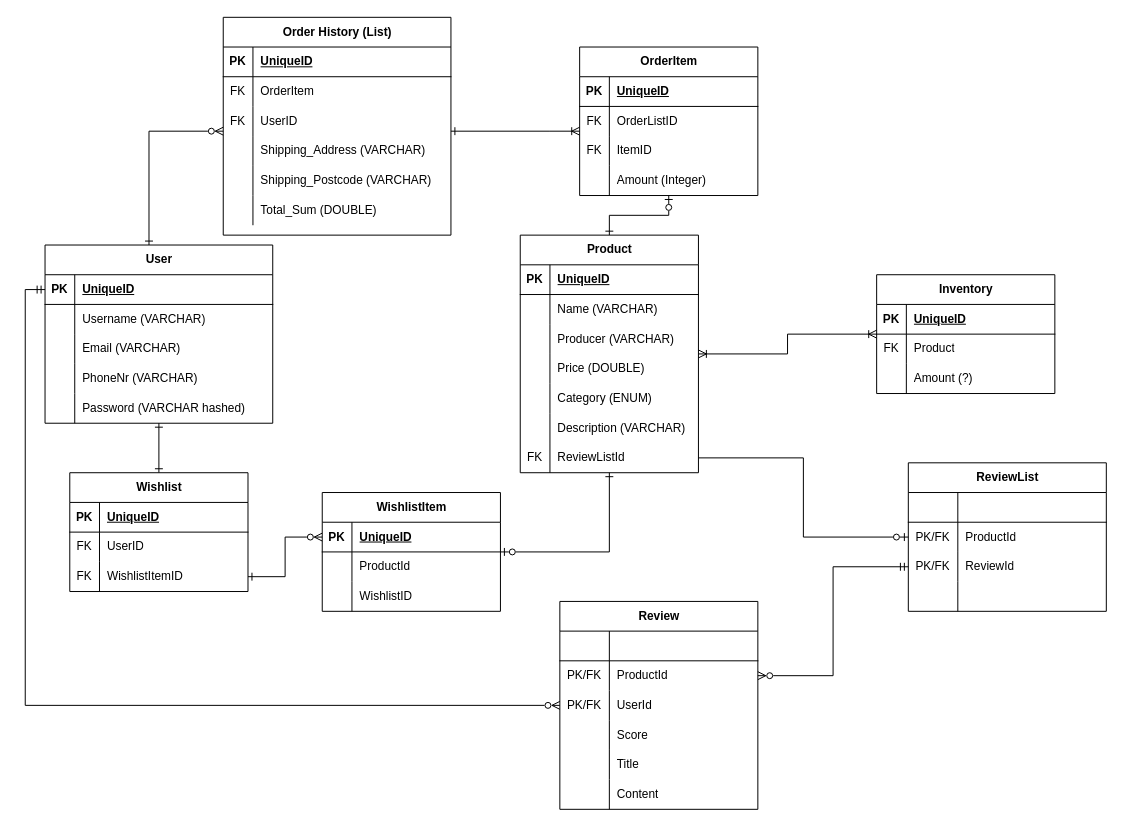
Before: Documentation/ER diagram.drawio in TheGrevling/Project-Marketplace-Backend, a draw.io diagram. Source tidied: cells renumbered, new cells numbered last; positions are measured from the earlier drawing's top-left corner, leaving out a move shared by most shapes. Both pictures are drawn from the tidied source at 99%, with x=0, y=0 at pixel (45, 17).
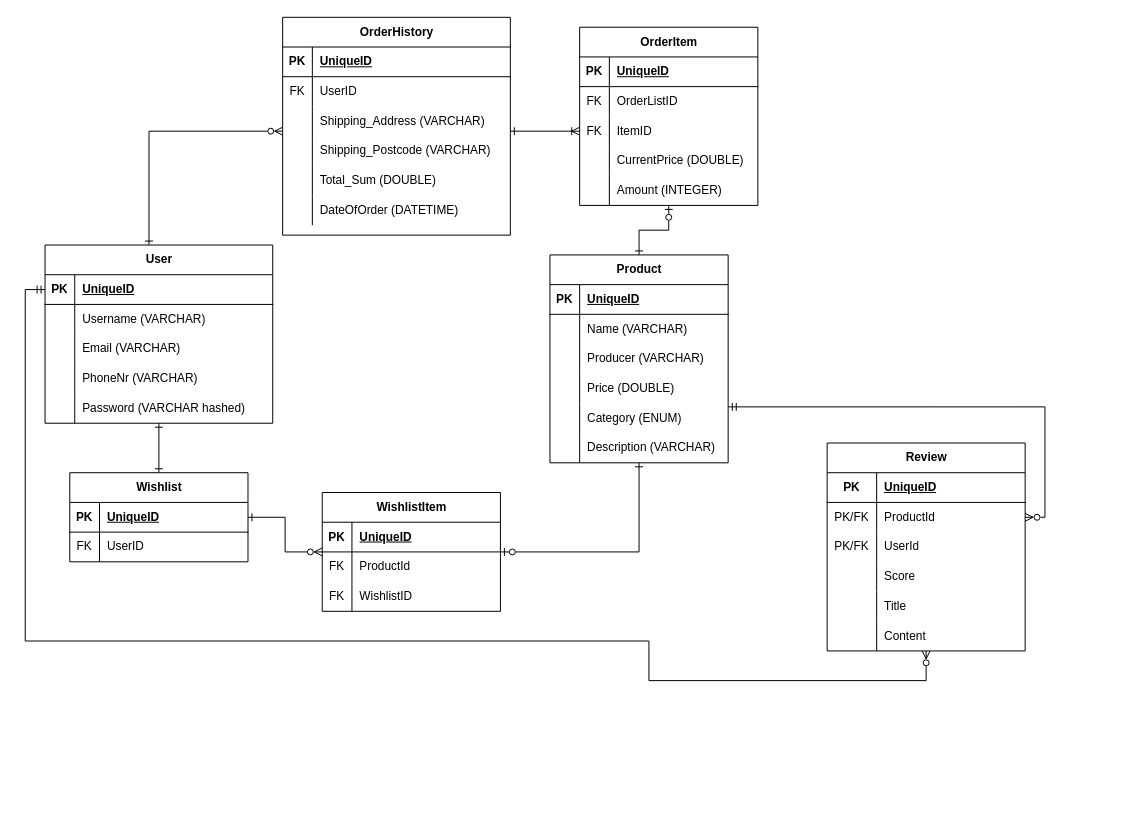
The same page after the edit.

Unchanged cells that the change refers to:
```xml
<mxCell id="5" style="shape=tableRow;horizontal=0;startSize=0;swimlaneHead=0;swimlaneBody=0;fillColor=none;points=[[0,0.5],[1,0.5]];portConstraint=eastwest;top=0;left=0;right=0;bottom=1;" parent="4" vertex="1">
  <mxGeometry y="30" width="230" height="30" as="geometry" />
</mxCell>
<mxCell id="54" style="shape=tableRow;horizontal=0;startSize=0;swimlaneHead=0;swimlaneBody=0;fillColor=none;points=[[0,0.5],[1,0.5]];portConstraint=eastwest;top=0;left=0;right=0;bottom=0;" parent="41" vertex="1">
  <mxGeometry y="150" width="180" height="30" as="geometry" />
</mxCell>
<mxCell id="86" value="WishlistItem" style="shape=table;startSize=30;childLayout=tableLayout;rowLines=0;fontStyle=1;align=center;html=1;" parent="1" vertex="1">
  <mxGeometry x="280" y="480" width="180" height="120" as="geometry" />
</mxCell>
<mxCell id="87" style="shape=tableRow;horizontal=0;startSize=0;swimlaneHead=0;swimlaneBody=0;fillColor=none;points=[[0,0.5],[1,0.5]];portConstraint=eastwest;top=0;left=0;right=0;bottom=1;" parent="86" vertex="1">
  <mxGeometry y="30" width="180" height="30" as="geometry" />
</mxCell>
<mxCell id="90" style="shape=tableRow;horizontal=0;startSize=0;swimlaneHead=0;swimlaneBody=0;fillColor=none;top=0;left=0;right=0;bottom=0;" parent="86" vertex="1">
  <mxGeometry y="60" width="180" height="30" as="geometry" />
</mxCell>
<mxCell id="93" style="shape=tableRow;horizontal=0;startSize=0;swimlaneHead=0;swimlaneBody=0;fillColor=none;top=0;left=0;right=0;bottom=0;" parent="86" vertex="1">
  <mxGeometry y="90" width="180" height="30" as="geometry" />
</mxCell>
<mxCell id="106" style="shape=tableRow;horizontal=0;startSize=0;swimlaneHead=0;swimlaneBody=0;fillColor=none;top=0;left=0;right=0;bottom=0;" parent="96" vertex="1">
  <mxGeometry y="120" width="180" height="30" as="geometry" />
</mxCell>
<mxCell id="124" style="shape=tableRow;horizontal=0;startSize=0;swimlaneHead=0;swimlaneBody=0;fillColor=none;top=0;left=0;right=0;bottom=1;" parent="123" vertex="1">
  <mxGeometry y="30" width="200" height="30" as="geometry" />
</mxCell>
<mxCell id="127" style="shape=tableRow;horizontal=0;startSize=0;swimlaneHead=0;swimlaneBody=0;fillColor=none;points=[[0,0.5],[1,0.5]];portConstraint=eastwest;top=0;left=0;right=0;bottom=0;" parent="123" vertex="1">
  <mxGeometry y="60" width="200" height="30" as="geometry" />
</mxCell>
<mxCell id="130" style="shape=tableRow;horizontal=0;startSize=0;swimlaneHead=0;swimlaneBody=0;fillColor=none;points=[[0,0.5],[1,0.5]];portConstraint=eastwest;top=0;left=0;right=0;bottom=0;" parent="123" vertex="1">
  <mxGeometry y="90" width="200" height="30" as="geometry" />
</mxCell>
<mxCell id="139" style="shape=tableRow;horizontal=0;startSize=0;swimlaneHead=0;swimlaneBody=0;fillColor=none;points=[[0,0.5],[1,0.5]];portConstraint=eastwest;top=0;left=0;right=0;bottom=0;" parent="123" vertex="1">
  <mxGeometry y="180" width="200" height="30" as="geometry" />
</mxCell>
```

The edit, as a diff of the source:
```diff
@@
-    <mxCell id="21" value="Order History (List)" style="shape=table;startSize=30;childLayout=tableLayout;rowLines=0;fontStyle=1;align=center;html=1;" parent="1" vertex="1">
-      <mxGeometry x="180" width="230" height="220" as="geometry" />
+    <mxCell id="21" value="OrderHistory" style="shape=table;startSize=30;childLayout=tableLayout;rowLines=0;fontStyle=1;align=center;html=1;" parent="1" vertex="1">
+      <mxGeometry x="240" width="230" height="220" as="geometry" />
     </mxCell>
@@
-    <mxCell id="25" style="shape=tableRow;horizontal=0;startSize=0;swimlaneHead=0;swimlaneBody=0;fillColor=none;top=0;left=0;right=0;bottom=0;" parent="21" vertex="1">
-      <mxGeometry y="60" width="230" height="30" as="geometry" />
-    </mxCell>
-    <mxCell id="26" value="FK" style="shape=partialRectangle;fillColor=none;top=0;left=0;bottom=0;right=0;overflow=hidden;whiteSpace=wrap;html=1;" parent="25" vertex="1">
-      <mxGeometry width="30" height="30" as="geometry" />
-    </mxCell>
-    <mxCell id="27" value="OrderItem" style="shape=partialRectangle;fillColor=none;top=0;left=0;bottom=0;right=0;align=left;spacingLeft=6;overflow=hidden;whiteSpace=wrap;html=1;" parent="25" vertex="1">
-      <mxGeometry x="30" width="200" height="30" as="geometry" />
-    </mxCell>
     <mxCell id="28" style="shape=tableRow;horizontal=0;startSize=0;swimlaneHead=0;swimlaneBody=0;fillColor=none;top=0;left=0;right=0;bottom=0;" parent="21" vertex="1">
-      <mxGeometry y="90" width="230" height="30" as="geometry" />
+      <mxGeometry y="60" width="230" height="30" as="geometry" />
     </mxCell>
@@
     <mxCell id="31" style="shape=tableRow;horizontal=0;startSize=0;swimlaneHead=0;swimlaneBody=0;fillColor=none;top=0;left=0;right=0;bottom=0;" parent="21" vertex="1">
-      <mxGeometry y="120" width="230" height="30" as="geometry" />
+      <mxGeometry y="90" width="230" height="30" as="geometry" />
     </mxCell>
@@
     <mxCell id="34" style="shape=tableRow;horizontal=0;startSize=0;swimlaneHead=0;swimlaneBody=0;fillColor=none;top=0;left=0;right=0;bottom=0;" parent="21" vertex="1">
-      <mxGeometry y="150" width="230" height="30" as="geometry" />
+      <mxGeometry y="120" width="230" height="30" as="geometry" />
     </mxCell>
@@
     <mxCell id="37" style="shape=tableRow;horizontal=0;startSize=0;swimlaneHead=0;swimlaneBody=0;fillColor=none;top=0;left=0;right=0;bottom=0;" parent="21" vertex="1">
-      <mxGeometry y="180" width="230" height="30" as="geometry" />
+      <mxGeometry y="150" width="230" height="30" as="geometry" />
     </mxCell>
@@
+    <mxCell id="144" style="shape=tableRow;horizontal=0;startSize=0;swimlaneHead=0;swimlaneBody=0;fillColor=none;top=0;left=0;right=0;bottom=0;" parent="21" vertex="1">
+      <mxGeometry y="180" width="230" height="30" as="geometry" />
+    </mxCell>
+    <mxCell id="145" style="shape=partialRectangle;fillColor=none;top=0;left=0;bottom=0;right=0;overflow=hidden;whiteSpace=wrap;html=1;" parent="144" vertex="1">
+      <mxGeometry width="30" height="30" as="geometry" />
+    </mxCell>
+    <mxCell id="146" value="DateOfOrder (DATETIME)" style="shape=partialRectangle;fillColor=none;top=0;left=0;bottom=0;right=0;align=left;spacingLeft=6;overflow=hidden;whiteSpace=wrap;html=1;" parent="144" vertex="1">
+      <mxGeometry x="30" width="200" height="30" as="geometry" />
+    </mxCell>
@@
     <mxCell id="41" value="Product" style="shape=table;startSize=30;childLayout=tableLayout;rowLines=0;fontStyle=1;align=center;html=1;" parent="1" vertex="1">
-      <mxGeometry x="480" y="220" width="180" height="240" as="geometry" />
+      <mxGeometry x="510" y="240" width="180" height="210" as="geometry" />
     </mxCell>
@@
-    <mxCell id="60" style="shape=tableRow;horizontal=0;startSize=0;swimlaneHead=0;swimlaneBody=0;fillColor=none;points=[[0,0.5],[1,0.5]];portConstraint=eastwest;top=0;left=0;right=0;bottom=0;" parent="41" vertex="1">
-      <mxGeometry y="210" width="180" height="30" as="geometry" />
-    </mxCell>
-    <mxCell id="61" value="FK" style="shape=partialRectangle;fillColor=none;top=0;left=0;bottom=0;right=0;overflow=hidden;whiteSpace=wrap;html=1;" parent="60" vertex="1">
-      <mxGeometry width="30" height="30" as="geometry" />
-    </mxCell>
-    <mxCell id="62" value="ReviewListId" style="shape=partialRectangle;fillColor=none;top=0;left=0;bottom=0;right=0;align=left;spacingLeft=6;overflow=hidden;whiteSpace=wrap;html=1;" parent="60" vertex="1">
-      <mxGeometry x="30" width="150" height="30" as="geometry" />
-    </mxCell>
-    <mxCell id="63" style="edgeStyle=orthogonalEdgeStyle;rounded=0;jettySize=auto;html=1;startArrow=ERoneToMany;startFill=0;endArrow=ERoneToMany;endFill=0;" parent="1" edge="1" source="64" target="41">
-      <mxGeometry relative="1" as="geometry" />
-    </mxCell>
-    <mxCell id="64" value="Inventory" style="shape=table;startSize=30;childLayout=tableLayout;rowLines=0;fontStyle=1;align=center;html=1;" parent="1" vertex="1">
-      <mxGeometry x="840" y="260" width="180" height="120" as="geometry" />
-    </mxCell>
-    <mxCell id="65" style="shape=tableRow;horizontal=0;startSize=0;swimlaneHead=0;swimlaneBody=0;fillColor=none;top=0;left=0;right=0;bottom=1;" parent="64" vertex="1">
-      <mxGeometry y="30" width="180" height="30" as="geometry" />
-    </mxCell>
-    <mxCell id="66" value="PK" style="shape=partialRectangle;fillColor=none;top=0;left=0;bottom=0;right=0;fontStyle=1;overflow=hidden;whiteSpace=wrap;html=1;" parent="65" vertex="1">
-      <mxGeometry width="30" height="30" as="geometry" />
-    </mxCell>
-    <mxCell id="67" value="UniqueID" style="shape=partialRectangle;fillColor=none;top=0;left=0;bottom=0;right=0;align=left;spacingLeft=6;fontStyle=5;overflow=hidden;whiteSpace=wrap;html=1;" parent="65" vertex="1">
-      <mxGeometry x="30" width="150" height="30" as="geometry" />
-    </mxCell>
-    <mxCell id="68" style="shape=tableRow;horizontal=0;startSize=0;swimlaneHead=0;swimlaneBody=0;fillColor=none;top=0;left=0;right=0;bottom=0;" parent="64" vertex="1">
-      <mxGeometry y="60" width="180" height="30" as="geometry" />
-    </mxCell>
-    <mxCell id="69" value="FK" style="shape=partialRectangle;fillColor=none;top=0;left=0;bottom=0;right=0;overflow=hidden;whiteSpace=wrap;html=1;" parent="68" vertex="1">
-      <mxGeometry width="30" height="30" as="geometry" />
-    </mxCell>
-    <mxCell id="70" value="Product" style="shape=partialRectangle;fillColor=none;top=0;left=0;bottom=0;right=0;align=left;spacingLeft=6;overflow=hidden;whiteSpace=wrap;html=1;" parent="68" vertex="1">
-      <mxGeometry x="30" width="150" height="30" as="geometry" />
-    </mxCell>
-    <mxCell id="71" style="shape=tableRow;horizontal=0;startSize=0;swimlaneHead=0;swimlaneBody=0;fillColor=none;top=0;left=0;right=0;bottom=0;" parent="64" vertex="1">
-      <mxGeometry y="90" width="180" height="30" as="geometry" />
-    </mxCell>
-    <mxCell id="72" style="shape=partialRectangle;fillColor=none;top=0;left=0;bottom=0;right=0;overflow=hidden;whiteSpace=wrap;html=1;" parent="71" vertex="1">
-      <mxGeometry width="30" height="30" as="geometry" />
-    </mxCell>
-    <mxCell id="73" value="Amount (?)" style="shape=partialRectangle;fillColor=none;top=0;left=0;bottom=0;right=0;align=left;spacingLeft=6;overflow=hidden;whiteSpace=wrap;html=1;" parent="71" vertex="1">
-      <mxGeometry x="30" width="150" height="30" as="geometry" />
-    </mxCell>
-    <mxCell id="74" style="edgeStyle=orthogonalEdgeStyle;rounded=0;jettySize=auto;html=1;startArrow=ERone;startFill=0;endArrow=ERzeroToMany;endFill=0;entryX=0;entryY=0.5;entryDx=0;entryDy=0;exitX=1;exitY=0.5;exitDx=0;exitDy=0;" parent="1" edge="1" source="82" target="87">
+    <mxCell id="74" style="edgeStyle=orthogonalEdgeStyle;rounded=0;jettySize=auto;html=1;startArrow=ERone;startFill=0;endArrow=ERzeroToMany;endFill=0;entryX=0;entryY=0.5;entryDx=0;entryDy=0;exitX=1;exitY=0.5;exitDx=0;exitDy=0;" parent="1" edge="1" target="87">
       <mxGeometry relative="1" as="geometry" />
     </mxCell>
+    <mxCell id="147" style="edgeStyle=orthogonalEdgeStyle;rounded=0;jettySize=auto;html=1;startArrow=ERone;startFill=0;endArrow=ERzeroToMany;endFill=0;" parent="1" edge="1" source="75" target="86">
+      <mxGeometry relative="1" as="geometry" />
+    </mxCell>
     <mxCell id="75" value="Wishlist" style="shape=table;startSize=30;childLayout=tableLayout;rowLines=0;fontStyle=1;align=center;html=1;" parent="1" vertex="1">
-      <mxGeometry x="25" y="460" width="180" height="120" as="geometry" />
+      <mxGeometry x="25" y="460" width="180" height="90" as="geometry" />
     </mxCell>
@@
-    <mxCell id="82" style="shape=tableRow;horizontal=0;startSize=0;swimlaneHead=0;swimlaneBody=0;fillColor=none;points=[[0,0.5],[1,0.5]];portConstraint=eastwest;top=0;left=0;right=0;bottom=0;" parent="75" vertex="1">
-      <mxGeometry y="90" width="180" height="30" as="geometry" />
-    </mxCell>
-    <mxCell id="83" value="FK" style="shape=partialRectangle;fillColor=none;top=0;left=0;bottom=0;right=0;overflow=hidden;whiteSpace=wrap;html=1;" parent="82" vertex="1">
-      <mxGeometry width="30" height="30" as="geometry" />
-    </mxCell>
-    <mxCell id="84" value="WishlistItemID" style="shape=partialRectangle;fillColor=none;top=0;left=0;bottom=0;right=0;align=left;spacingLeft=6;overflow=hidden;whiteSpace=wrap;html=1;" parent="82" vertex="1">
-      <mxGeometry x="30" width="150" height="30" as="geometry" />
-    </mxCell>
@@
-    <mxCell id="91" style="shape=partialRectangle;fillColor=none;top=0;left=0;bottom=0;right=0;overflow=hidden;whiteSpace=wrap;html=1;" parent="90" vertex="1">
+    <mxCell id="91" value="FK" style="shape=partialRectangle;fillColor=none;top=0;left=0;bottom=0;right=0;overflow=hidden;whiteSpace=wrap;html=1;" parent="90" vertex="1">
       <mxGeometry width="30" height="30" as="geometry" />
     </mxCell>
@@
-    <mxCell id="94" style="shape=partialRectangle;fillColor=none;top=0;left=0;bottom=0;right=0;overflow=hidden;whiteSpace=wrap;html=1;" parent="93" vertex="1">
+    <mxCell id="94" value="FK" style="shape=partialRectangle;fillColor=none;top=0;left=0;bottom=0;right=0;overflow=hidden;whiteSpace=wrap;html=1;" parent="93" vertex="1">
       <mxGeometry width="30" height="30" as="geometry" />
     </mxCell>
@@
     <mxCell id="96" value="OrderItem" style="shape=table;startSize=30;childLayout=tableLayout;rowLines=0;fontStyle=1;align=center;html=1;" parent="1" vertex="1">
-      <mxGeometry x="540" y="30" width="180" height="150" as="geometry" />
+      <mxGeometry x="540" y="10" width="180" height="180" as="geometry" />
     </mxCell>
@@
-    <mxCell id="108" value="Amount (Integer)" style="shape=partialRectangle;fillColor=none;top=0;left=0;bottom=0;right=0;align=left;spacingLeft=6;overflow=hidden;whiteSpace=wrap;html=1;" parent="106" vertex="1">
+    <mxCell id="108" value="CurrentPrice (DOUBLE)" style="shape=partialRectangle;fillColor=none;top=0;left=0;bottom=0;right=0;align=left;spacingLeft=6;overflow=hidden;whiteSpace=wrap;html=1;" parent="106" vertex="1">
       <mxGeometry x="30" width="150" height="30" as="geometry" />
     </mxCell>
-    <mxCell id="109" value="ReviewList" style="shape=table;startSize=30;childLayout=tableLayout;rowLines=0;fontStyle=1;align=center;html=1;" parent="1" vertex="1">
-      <mxGeometry x="872" y="450" width="200" height="150" as="geometry" />
-    </mxCell>
-    <mxCell id="110" style="shape=tableRow;horizontal=0;startSize=0;swimlaneHead=0;swimlaneBody=0;fillColor=none;top=0;left=0;right=0;bottom=1;" parent="109" vertex="1">
-      <mxGeometry y="30" width="200" height="30" as="geometry" />
-    </mxCell>
-    <mxCell id="111" style="shape=partialRectangle;fillColor=none;top=0;left=0;bottom=0;right=0;fontStyle=1;overflow=hidden;whiteSpace=wrap;html=1;" parent="110" vertex="1">
-      <mxGeometry width="50" height="30" as="geometry" />
-    </mxCell>
-    <mxCell id="112" style="shape=partialRectangle;fillColor=none;top=0;left=0;bottom=0;right=0;align=left;spacingLeft=6;fontStyle=5;overflow=hidden;whiteSpace=wrap;html=1;" parent="110" vertex="1">
-      <mxGeometry x="50" width="150" height="30" as="geometry" />
-    </mxCell>
-    <mxCell id="113" style="shape=tableRow;horizontal=0;startSize=0;swimlaneHead=0;swimlaneBody=0;fillColor=none;points=[[0,0.5],[1,0.5]];portConstraint=eastwest;top=0;left=0;right=0;bottom=0;" parent="109" vertex="1">
-      <mxGeometry y="60" width="200" height="30" as="geometry" />
-    </mxCell>
-    <mxCell id="114" value="PK/FK" style="shape=partialRectangle;fillColor=none;top=0;left=0;bottom=0;right=0;overflow=hidden;whiteSpace=wrap;html=1;" parent="113" vertex="1">
-      <mxGeometry width="50" height="30" as="geometry" />
-    </mxCell>
-    <mxCell id="115" value="ProductId" style="shape=partialRectangle;fillColor=none;top=0;left=0;bottom=0;right=0;align=left;spacingLeft=6;overflow=hidden;whiteSpace=wrap;html=1;" parent="113" vertex="1">
-      <mxGeometry x="50" width="150" height="30" as="geometry" />
-    </mxCell>
-    <mxCell id="116" style="shape=tableRow;horizontal=0;startSize=0;swimlaneHead=0;swimlaneBody=0;fillColor=none;points=[[0,0.5],[1,0.5]];portConstraint=eastwest;top=0;left=0;right=0;bottom=0;" parent="109" vertex="1">
-      <mxGeometry y="90" width="200" height="30" as="geometry" />
-    </mxCell>
-    <mxCell id="117" value="PK/FK" style="shape=partialRectangle;fillColor=none;top=0;left=0;bottom=0;right=0;overflow=hidden;whiteSpace=wrap;html=1;" parent="116" vertex="1">
-      <mxGeometry width="50" height="30" as="geometry" />
-    </mxCell>
-    <mxCell id="118" value="ReviewId" style="shape=partialRectangle;fillColor=none;top=0;left=0;bottom=0;right=0;align=left;spacingLeft=6;overflow=hidden;whiteSpace=wrap;html=1;" parent="116" vertex="1">
-      <mxGeometry x="50" width="150" height="30" as="geometry" />
-    </mxCell>
-    <mxCell id="119" style="shape=tableRow;horizontal=0;startSize=0;swimlaneHead=0;swimlaneBody=0;fillColor=none;top=0;left=0;right=0;bottom=0;" parent="109" vertex="1">
-      <mxGeometry y="120" width="200" height="30" as="geometry" />
-    </mxCell>
-    <mxCell id="120" style="shape=partialRectangle;fillColor=none;top=0;left=0;bottom=0;right=0;overflow=hidden;whiteSpace=wrap;html=1;" parent="119" vertex="1">
-      <mxGeometry width="50" height="30" as="geometry" />
-    </mxCell>
-    <mxCell id="121" style="shape=partialRectangle;fillColor=none;top=0;left=0;bottom=0;right=0;align=left;spacingLeft=6;overflow=hidden;whiteSpace=wrap;html=1;" parent="119" vertex="1">
-      <mxGeometry x="50" width="150" height="30" as="geometry" />
-    </mxCell>
-    <mxCell id="122" style="edgeStyle=orthogonalEdgeStyle;rounded=0;jettySize=auto;html=1;entryX=0;entryY=0.5;entryDx=0;entryDy=0;endArrow=ERzeroToOne;endFill=0;" parent="1" edge="1" source="60" target="113">
-      <mxGeometry relative="1" as="geometry" />
-    </mxCell>
+    <mxCell id="148" style="shape=tableRow;horizontal=0;startSize=0;swimlaneHead=0;swimlaneBody=0;fillColor=none;top=0;left=0;right=0;bottom=0;" parent="96" vertex="1">
+      <mxGeometry y="150" width="180" height="30" as="geometry" />
+    </mxCell>
+    <mxCell id="149" style="shape=partialRectangle;fillColor=none;top=0;left=0;bottom=0;right=0;overflow=hidden;whiteSpace=wrap;html=1;" parent="148" vertex="1">
+      <mxGeometry width="30" height="30" as="geometry" />
+    </mxCell>
+    <mxCell id="150" value="Amount (INTEGER)" style="shape=partialRectangle;fillColor=none;top=0;left=0;bottom=0;right=0;align=left;spacingLeft=6;overflow=hidden;whiteSpace=wrap;html=1;" parent="148" vertex="1">
+      <mxGeometry x="30" width="150" height="30" as="geometry" />
+    </mxCell>
     <mxCell id="123" value="Review" style="shape=table;startSize=30;childLayout=tableLayout;rowLines=0;fontStyle=1;align=center;html=1;" parent="1" vertex="1">
-      <mxGeometry x="520" y="590" width="200" height="210" as="geometry" />
+      <mxGeometry x="790" y="430" width="200" height="210" as="geometry" />
     </mxCell>
@@
-    <mxCell id="125" style="shape=partialRectangle;fillColor=none;top=0;left=0;bottom=0;right=0;fontStyle=1;overflow=hidden;whiteSpace=wrap;html=1;" parent="124" vertex="1">
+    <mxCell id="125" value="PK" style="shape=partialRectangle;fillColor=none;top=0;left=0;bottom=0;right=0;fontStyle=1;overflow=hidden;whiteSpace=wrap;html=1;" parent="124" vertex="1">
       <mxGeometry width="50" height="30" as="geometry" />
     </mxCell>
-    <mxCell id="126" style="shape=partialRectangle;fillColor=none;top=0;left=0;bottom=0;right=0;align=left;spacingLeft=6;fontStyle=5;overflow=hidden;whiteSpace=wrap;html=1;" parent="124" vertex="1">
+    <mxCell id="126" value="UniqueID" style="shape=partialRectangle;fillColor=none;top=0;left=0;bottom=0;right=0;align=left;spacingLeft=6;fontStyle=5;overflow=hidden;whiteSpace=wrap;html=1;" parent="124" vertex="1">
       <mxGeometry x="50" width="150" height="30" as="geometry" />
     </mxCell>
@@
-    <mxCell id="142" style="edgeStyle=orthogonalEdgeStyle;rounded=0;jettySize=auto;html=1;entryX=1;entryY=0.5;entryDx=0;entryDy=0;endArrow=ERzeroToMany;endFill=0;startArrow=ERmandOne;startFill=0;" parent="1" edge="1" source="116" target="127">
+    <mxCell id="142" style="edgeStyle=orthogonalEdgeStyle;rounded=0;jettySize=auto;html=1;entryX=1;entryY=0.5;entryDx=0;entryDy=0;endArrow=ERzeroToMany;endFill=0;startArrow=ERmandOne;startFill=0;exitX=1.001;exitY=0.116;exitDx=0;exitDy=0;exitPerimeter=0;" parent="1" edge="1" source="54" target="127">
       <mxGeometry relative="1" as="geometry" />
     </mxCell>
-    <mxCell id="143" style="edgeStyle=orthogonalEdgeStyle;rounded=0;jettySize=auto;html=1;entryX=0;entryY=0.5;entryDx=0;entryDy=0;endArrow=ERmandOne;endFill=0;startArrow=ERzeroToMany;startFill=0;" parent="1" edge="1" source="130" target="5">
-      <mxGeometry relative="1" as="geometry" />
+    <mxCell id="143" style="edgeStyle=orthogonalEdgeStyle;rounded=0;jettySize=auto;html=1;entryX=0;entryY=0.5;entryDx=0;entryDy=0;endArrow=ERmandOne;endFill=0;startArrow=ERzeroToMany;startFill=0;" parent="1" edge="1" source="139" target="5">
+      <mxGeometry relative="1" as="geometry">
+        <Array as="points">
+          <mxPoint x="890" y="670" />
+          <mxPoint x="610" y="670" />
+          <mxPoint x="610" y="630" />
+          <mxPoint x="-20" y="630" />
+          <mxPoint x="-20" y="275" />
+        </Array>
+      </mxGeometry>
     </mxCell>
```
